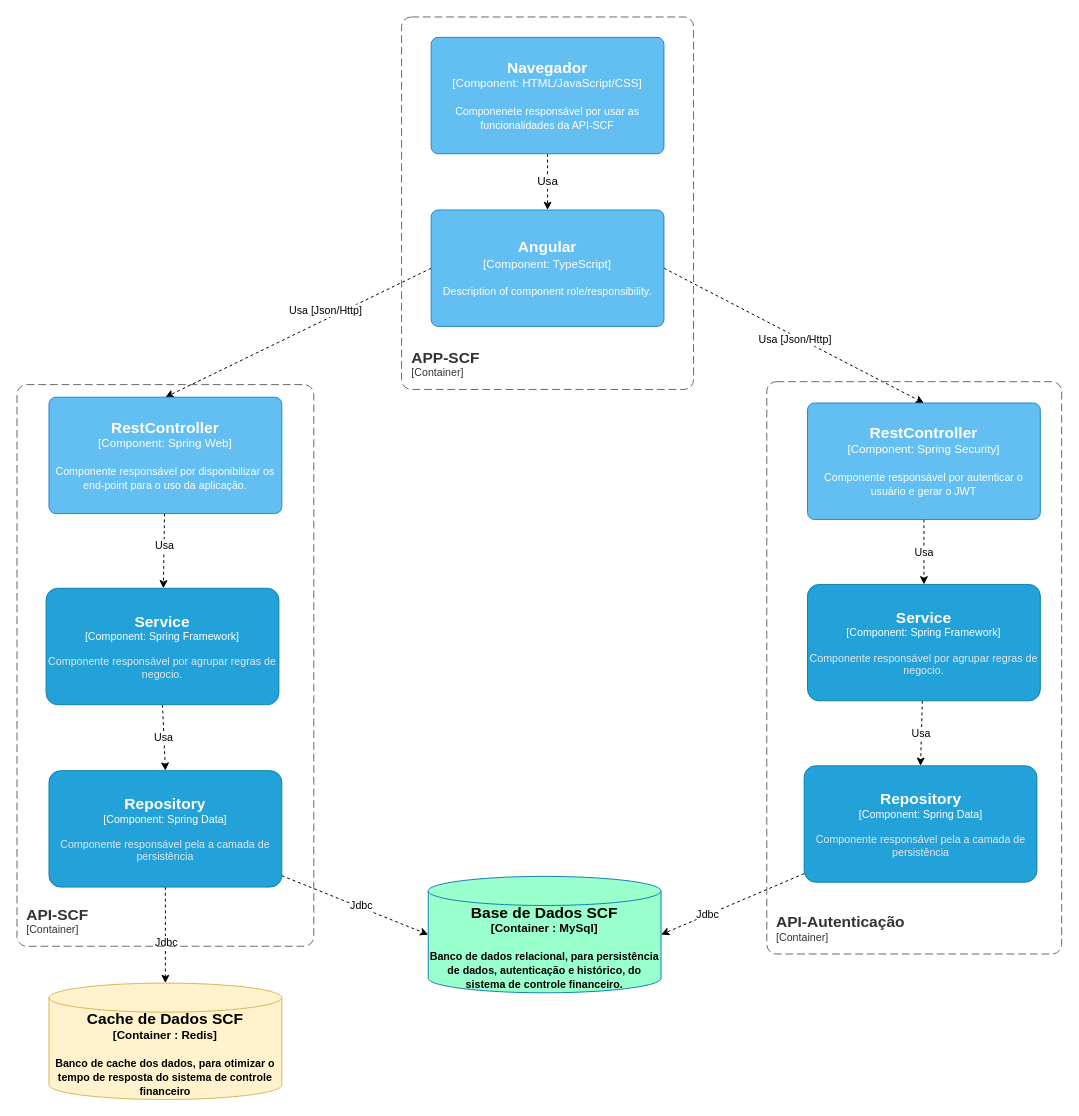
This is page "Diagrama de Componentes" (3 of 4) of Arquitetura/Diagramas.drawio from henriquerdq/poc-sistemas-controle-financas, a draw.io file, before an edit. Source tidied: cells renumbered, new cells numbered last; positions are measured from the earlier drawing's top-left corner, leaving out a move shared by most shapes. Both pictures are drawn from the tidied source at 97%, with x=0, y=0 at pixel (16, 16).
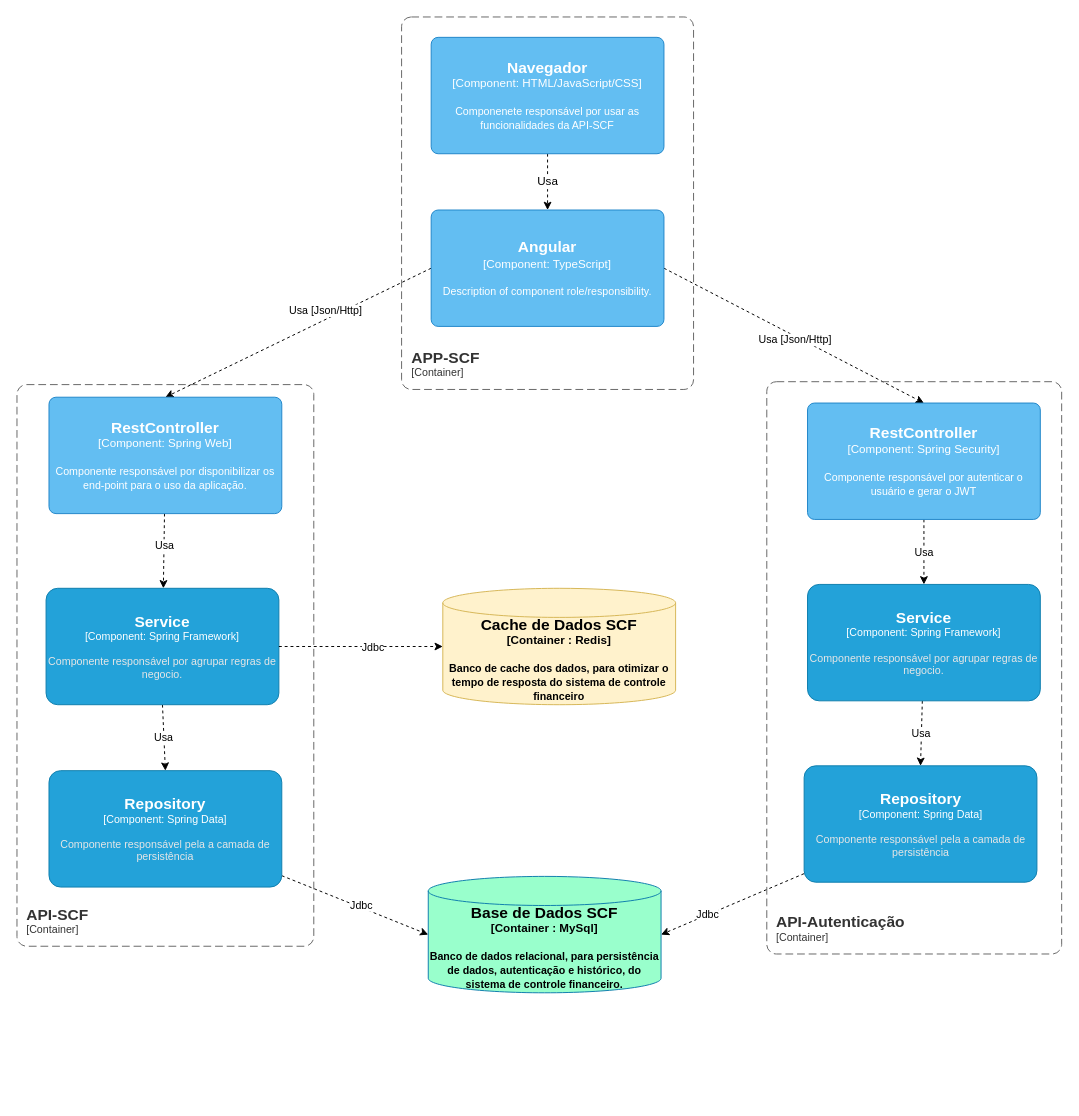
The same diagram, later.

Unchanged cells that the change refers to:
```xml
<object id="13" label="&lt;font style=&quot;font-size: 16px&quot;&gt;&lt;b&gt;%c4Name%&lt;/b&gt;&lt;/font&gt;&lt;div&gt;[%c4Type%: %c4Technology%]&lt;/div&gt;&lt;br&gt;&lt;div&gt;&lt;font style=&quot;font-size: 11px&quot;&gt;&lt;font color=&quot;#E6E6E6&quot;&gt;%c4Description%&lt;/font&gt;&lt;/div&gt;" c4Description="Componente responsável por agrupar regras de negocio." c4Name="Service" c4Technology="Spring Framework" c4Type="Component" placeholders="1">
  <mxCell style="rounded=1;whiteSpace=wrap;html=1;fontSize=11;labelBackgroundColor=none;fillColor=#23A2D9;fontColor=#ffffff;align=center;arcSize=10;strokeColor=#0E7DAD;points=[[0.25,0,0],[0.5,0,0],[0.75,0,0],[1,0.25,0],[1,0.5,0],[1,0.75,0],[0.75,1,0],[0.5,1,0],[0.25,1,0],[0,0.75,0],[0,0.5,0],[0,0.25,0]];" parent="1" vertex="1">
    <mxGeometry x="30" y="589" width="240" height="120" as="geometry" />
  </mxCell>
</object>
<object id="18" label="&lt;font style=&quot;font-size: 16px&quot;&gt;&lt;b&gt;%c4Name%&lt;/b&gt;&lt;/font&gt;&lt;div&gt;[%c4Type%: %c4Technology%]&lt;/div&gt;&lt;br&gt;&lt;div&gt;&lt;font style=&quot;font-size: 11px&quot;&gt;&lt;font color=&quot;#E6E6E6&quot;&gt;%c4Description%&lt;/font&gt;&lt;/div&gt;" c4Description="Componente responsável pela a camada de persistência " c4Name="Repository" c4Technology="Spring Data" c4Type="Component" placeholders="1">
  <mxCell style="rounded=1;whiteSpace=wrap;html=1;fontSize=11;labelBackgroundColor=none;fillColor=#23A2D9;fontColor=#ffffff;align=center;arcSize=10;strokeColor=#0E7DAD;points=[[0.25,0,0],[0.5,0,0],[0.75,0,0],[1,0.25,0],[1,0.5,0],[1,0.75,0],[0.75,1,0],[0.5,1,0],[0.25,1,0],[0,0.75,0],[0,0.5,0],[0,0.25,0]];" parent="1" vertex="1">
    <mxGeometry x="33" y="777" width="240" height="120" as="geometry" />
  </mxCell>
</object>
```

What changed in the source:
```diff
@@
-    <mxCell id="16" style="rounded=0;jettySize=auto;html=1;dashed=1;entryX=0.5;entryY=0;entryDx=0;entryDy=0;entryPerimeter=0;" parent="1" edge="1" source="18" target="19">
+    <mxCell id="16" style="rounded=0;jettySize=auto;html=1;dashed=1;entryX=0;entryY=0.5;entryDx=0;entryDy=0;entryPerimeter=0;" parent="1" edge="1" source="13" target="19">
       <mxGeometry relative="1" as="geometry" />
     </mxCell>
@@
     <object id="19" label="&lt;font style=&quot;font-size: 16px&quot;&gt;&lt;b&gt;%c4Type%&lt;/b&gt;&lt;/font&gt;&lt;div&gt;&lt;b&gt;[%c4Container%:&amp;nbsp;%c4Technology%]&lt;/b&gt;&lt;/div&gt;&lt;b&gt;&lt;br&gt;&lt;div&gt;&lt;font style=&quot;font-size: 11px&quot;&gt;&lt;font&gt;%c4Description%&lt;/font&gt;&lt;/font&gt;&lt;/div&gt;&lt;/b&gt;" c4Container="Container " c4Description="Banco de cache dos dados, para otimizar o tempo de resposta do sistema de controle financeiro" c4Technology="Redis" c4Type="Cache de Dados SCF" placeholders="1">
       <mxCell style="shape=cylinder3;size=15;whiteSpace=wrap;html=1;boundedLbl=1;rounded=0;labelBackgroundColor=none;fillColor=#fff2cc;fontSize=12;align=center;strokeColor=#d6b656;points=[[0.5,0,0],[1,0.25,0],[1,0.5,0],[1,0.75,0],[0.5,1,0],[0,0.75,0],[0,0.5,0],[0,0.25,0]];" parent="1" vertex="1">
-        <mxGeometry x="33" y="996" width="240" height="120" as="geometry" />
+        <mxGeometry x="439" y="589" width="240" height="120" as="geometry" />
       </mxCell>
     </object>
```
